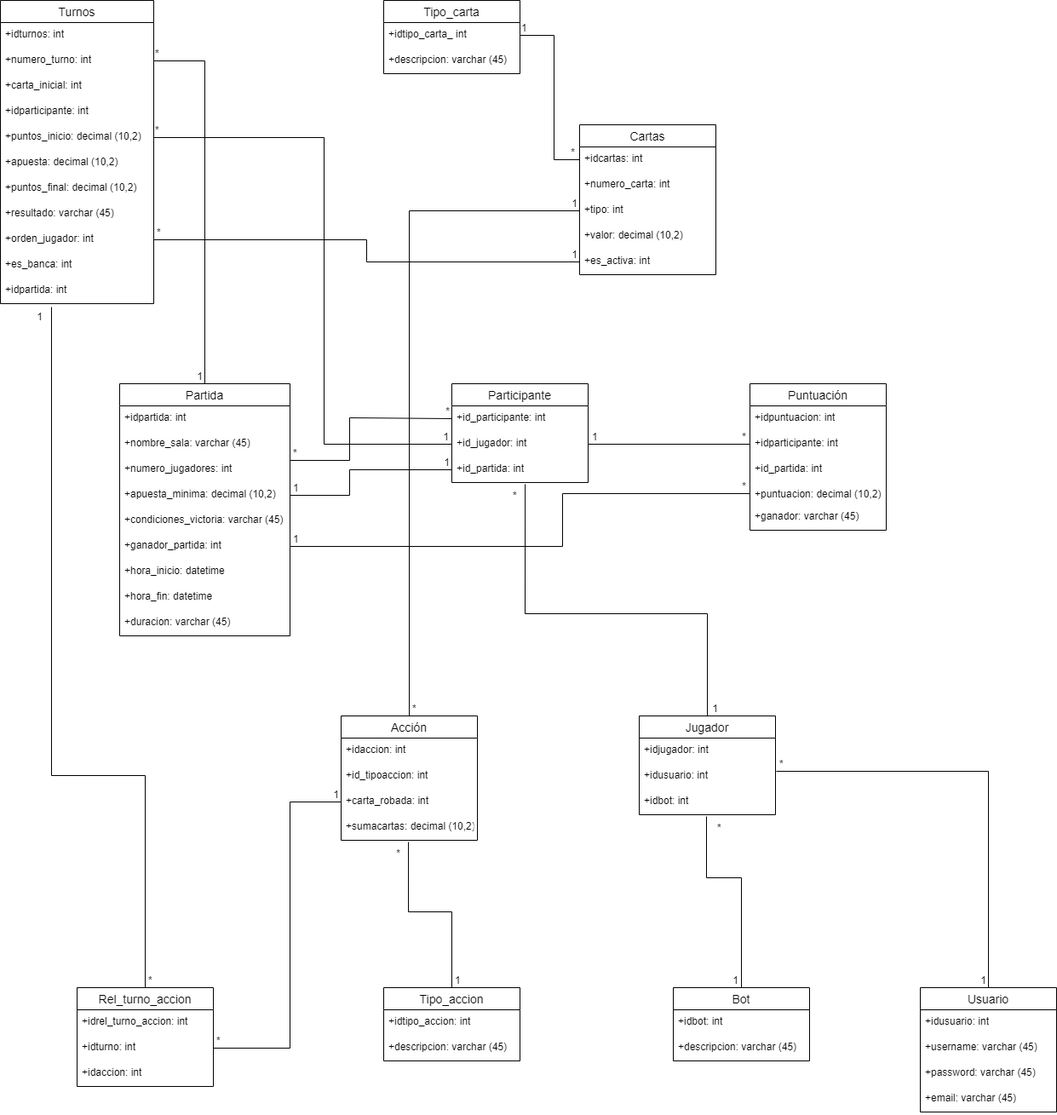
PauRuiz19/Proyecto keeps this draw.io diagram as Diagrama de clases.png. Above is the earlier version. Source tidied: cells renumbered, new cells last; positions are measured from the earlier drawing's top-left corner, leaving out a move shared by most shapes.
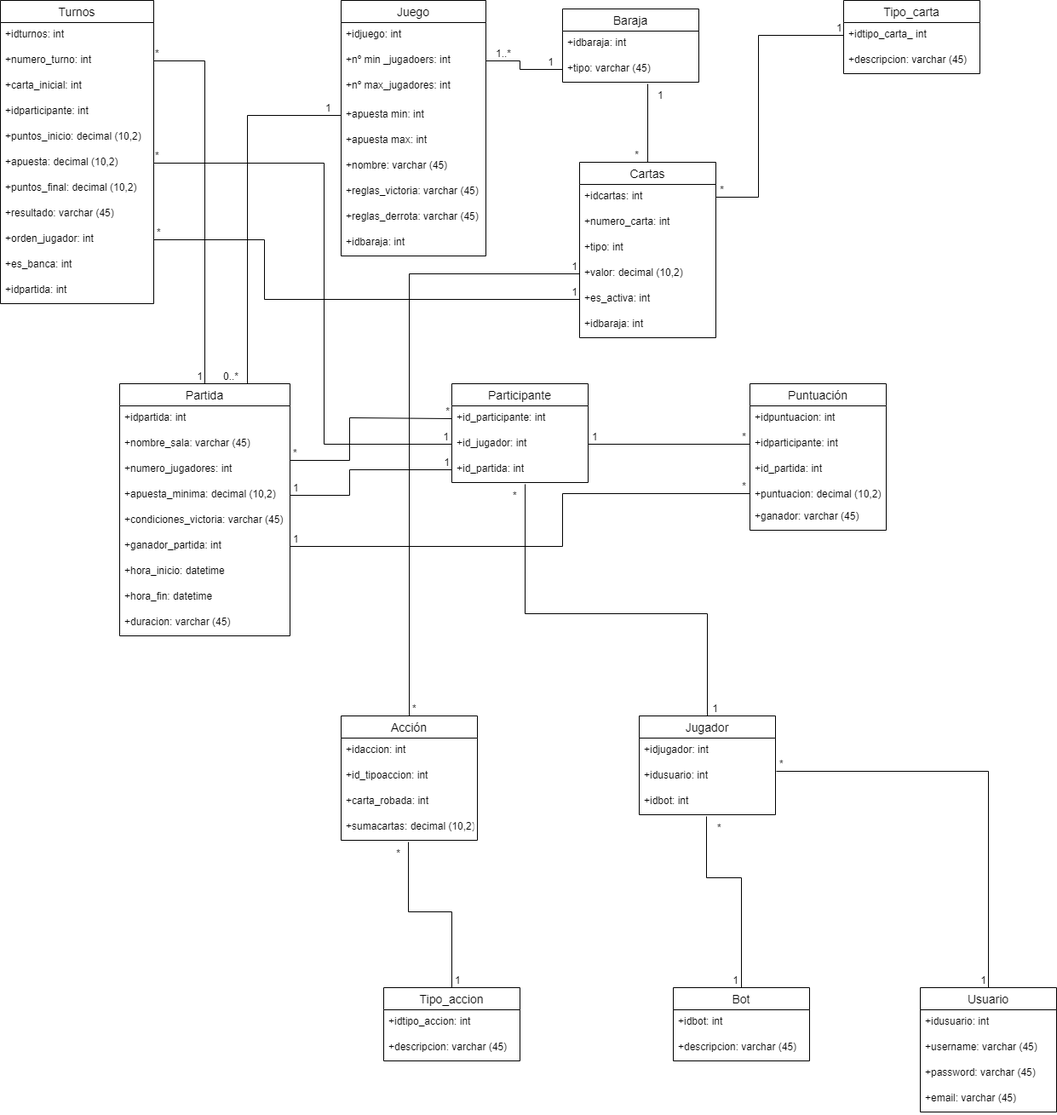
The same file after the commit.

Change to the diagram source:
```diff
@@ -39,7 +39,7 @@
       <mxGeometry y="326" width="180" height="30" as="geometry" />
     </mxCell>
     <mxCell id="14" value="Tipo_carta" style="swimlane;fontStyle=0;horizontal=1;startSize=26;align=center;fontSize=14;" parent="1" vertex="1">
-      <mxGeometry x="450" width="160" height="86" as="geometry" />
+      <mxGeometry x="990" width="160" height="86" as="geometry" />
     </mxCell>
     <mxCell id="15" value="+idtipo_carta_ int" style="text;strokeColor=none;fillColor=none;spacingLeft=4;spacingRight=4;overflow=hidden;points=[[0,0.5],[1,0.5]];portConstraint=eastwest;fontSize=12;" parent="14" vertex="1">
       <mxGeometry y="26" width="160" height="30" as="geometry" />
@@ -48,7 +48,7 @@
       <mxGeometry y="56" width="160" height="30" as="geometry" />
     </mxCell>
     <mxCell id="17" value="Cartas" style="swimlane;fontStyle=0;horizontal=1;startSize=26;align=center;fontSize=14;" parent="1" vertex="1">
-      <mxGeometry x="680" y="146" width="160" height="176" as="geometry" />
+      <mxGeometry x="680" y="190" width="160" height="206" as="geometry" />
     </mxCell>
     <mxCell id="18" value="+idcartas: int" style="text;strokeColor=none;fillColor=none;spacingLeft=4;spacingRight=4;overflow=hidden;points=[[0,0.5],[1,0.5]];portConstraint=eastwest;fontSize=12;" parent="17" vertex="1">
       <mxGeometry y="26" width="160" height="30" as="geometry" />
@@ -65,6 +65,9 @@
     <mxCell id="22" value="+es_activa: int" style="text;strokeColor=none;fillColor=none;spacingLeft=4;spacingRight=4;overflow=hidden;points=[[0,0.5],[1,0.5]];portConstraint=eastwest;fontSize=12;" parent="17" vertex="1">
       <mxGeometry y="146" width="160" height="30" as="geometry" />
     </mxCell>
+    <mxCell id="112" value="+idbaraja: int" style="text;strokeColor=none;fillColor=none;spacingLeft=4;spacingRight=4;overflow=hidden;fontSize=12;" parent="17" vertex="1">
+      <mxGeometry y="176" width="160" height="30" as="geometry" />
+    </mxCell>
     <mxCell id="23" value="Partida" style="swimlane;fontStyle=0;horizontal=1;startSize=26;align=center;fontSize=14;" parent="1" vertex="1">
       <mxGeometry x="140" y="450" width="200" height="296" as="geometry" />
     </mxCell>
@@ -152,18 +155,6 @@
     <mxCell id="51" value="+idbot: int" style="text;strokeColor=none;fillColor=none;spacingLeft=4;spacingRight=4;overflow=hidden;fontSize=12;" parent="48" vertex="1">
       <mxGeometry y="86" width="160" height="30" as="geometry" />
     </mxCell>
-    <mxCell id="52" value="Rel_turno_accion" style="swimlane;fontStyle=0;horizontal=1;startSize=26;align=center;fontSize=14;" parent="1" vertex="1">
-      <mxGeometry x="90" y="1159" width="160" height="116" as="geometry" />
-    </mxCell>
-    <mxCell id="53" value="+idrel_turno_accion: int" style="text;strokeColor=none;fillColor=none;spacingLeft=4;spacingRight=4;overflow=hidden;fontSize=12;" parent="52" vertex="1">
-      <mxGeometry y="26" width="160" height="30" as="geometry" />
-    </mxCell>
-    <mxCell id="54" value="+idturno: int" style="text;strokeColor=none;fillColor=none;spacingLeft=4;spacingRight=4;overflow=hidden;points=[[0,0.5],[1,0.5]];portConstraint=eastwest;fontSize=12;" parent="52" vertex="1">
-      <mxGeometry y="56" width="160" height="30" as="geometry" />
-    </mxCell>
-    <mxCell id="55" value="+idaccion: int" style="text;strokeColor=none;fillColor=none;spacingLeft=4;spacingRight=4;overflow=hidden;fontSize=12;" parent="52" vertex="1">
-      <mxGeometry y="86" width="160" height="30" as="geometry" />
-    </mxCell>
     <mxCell id="56" value="Tipo_accion" style="swimlane;fontStyle=0;horizontal=1;startSize=26;align=center;fontSize=14;" parent="1" vertex="1">
       <mxGeometry x="450" y="1159" width="160" height="86" as="geometry" />
     </mxCell>
@@ -197,27 +188,30 @@
     <mxCell id="66" value="+descripcion: varchar (45)" style="text;strokeColor=none;fillColor=none;spacingLeft=4;spacingRight=4;overflow=hidden;fontSize=12;" parent="64" vertex="1">
       <mxGeometry y="56" width="160" height="30" as="geometry" />
     </mxCell>
-    <mxCell id="67" style="endArrow=none;html=1;rounded=0;exitX=1;exitY=0.5;exitDx=0;exitDy=0;entryX=0;entryY=0.5;entryDx=0;entryDy=0;" parent="1" edge="1" source="15" target="18">
+    <mxCell id="67" style="endArrow=none;html=1;rounded=0;entryX=1;entryY=0.5;entryDx=0;entryDy=0;" parent="1" edge="1" target="18">
       <mxGeometry relative="1" as="geometry">
+        <mxPoint x="990" y="41" as="sourcePoint" />
         <Array as="points">
-          <mxPoint x="650" y="41" />
-          <mxPoint x="650" y="187" />
+          <mxPoint x="890" y="41" />
+          <mxPoint x="890" y="231" />
         </Array>
       </mxGeometry>
     </mxCell>
     <mxCell id="68" value="1" style="html=1;align=left;verticalAlign=bottom;" parent="67" vertex="1">
-      <mxGeometry x="-1" relative="1" as="geometry" />
+      <mxGeometry x="-1" relative="1" as="geometry">
+        <mxPoint x="-10" as="offset" />
+      </mxGeometry>
     </mxCell>
     <mxCell id="69" value="*" style="html=1;align=right;verticalAlign=bottom;" parent="67" vertex="1">
       <mxGeometry x="1" relative="1" as="geometry">
-        <mxPoint x="-5" as="offset" />
+        <mxPoint x="10" as="offset" />
       </mxGeometry>
     </mxCell>
     <mxCell id="70" style="endArrow=none;html=1;rounded=0;exitX=1;exitY=0.5;exitDx=0;exitDy=0;entryX=0;entryY=0.5;entryDx=0;entryDy=0;" parent="1" edge="1" source="11" target="22">
       <mxGeometry relative="1" as="geometry">
         <Array as="points">
-          <mxPoint x="430" y="281" />
-          <mxPoint x="430" y="307" />
+          <mxPoint x="310" y="281" />
+          <mxPoint x="310" y="351" />
         </Array>
       </mxGeometry>
     </mxCell>
@@ -231,10 +225,10 @@
         <mxPoint x="-2" as="offset" />
       </mxGeometry>
     </mxCell>
-    <mxCell id="73" style="endArrow=none;html=1;rounded=0;entryX=0;entryY=0.5;entryDx=0;entryDy=0;exitX=0.5;exitY=0;exitDx=0;exitDy=0;" parent="1" edge="1" source="43" target="20">
+    <mxCell id="73" style="endArrow=none;html=1;rounded=0;exitX=0.5;exitY=0;exitDx=0;exitDy=0;entryX=0;entryY=0.5;entryDx=0;entryDy=0;" parent="1" edge="1" source="43" target="21">
       <mxGeometry relative="1" as="geometry">
         <Array as="points">
-          <mxPoint x="480" y="247" />
+          <mxPoint x="480" y="321" />
         </Array>
       </mxGeometry>
     </mxCell>
@@ -351,43 +345,6 @@
         <mxPoint x="-9" y="22.4" as="offset" />
       </mxGeometry>
     </mxCell>
-    <mxCell id="94" style="endArrow=none;html=1;rounded=0;exitX=1;exitY=0.5;exitDx=0;exitDy=0;entryX=0;entryY=0.5;entryDx=0;entryDy=0;" parent="1" edge="1" source="54" target="46">
-      <mxGeometry relative="1" as="geometry">
-        <Array as="points">
-          <mxPoint x="340" y="1230" />
-          <mxPoint x="340" y="941" />
-        </Array>
-      </mxGeometry>
-    </mxCell>
-    <mxCell id="95" value="*" style="html=1;align=left;verticalAlign=bottom;" parent="94" vertex="1">
-      <mxGeometry x="-1" relative="1" as="geometry">
-        <mxPoint x="2" as="offset" />
-      </mxGeometry>
-    </mxCell>
-    <mxCell id="96" value="1" style="html=1;align=right;verticalAlign=bottom;" parent="94" vertex="1">
-      <mxGeometry x="1" relative="1" as="geometry">
-        <mxPoint x="-2" as="offset" />
-      </mxGeometry>
-    </mxCell>
-    <mxCell id="97" style="endArrow=none;html=1;rounded=0;exitX=0.5;exitY=0;exitDx=0;exitDy=0;" parent="1" edge="1" source="52">
-      <mxGeometry relative="1" as="geometry">
-        <mxPoint x="60" y="360" as="targetPoint" />
-        <Array as="points">
-          <mxPoint x="170" y="910" />
-          <mxPoint x="60" y="910" />
-        </Array>
-      </mxGeometry>
-    </mxCell>
-    <mxCell id="98" value="*" style="html=1;align=left;verticalAlign=bottom;" parent="97" vertex="1">
-      <mxGeometry x="-1" relative="1" as="geometry">
-        <mxPoint x="2" as="offset" />
-      </mxGeometry>
-    </mxCell>
-    <mxCell id="99" value="1" style="html=1;align=right;verticalAlign=bottom;" parent="97" vertex="1">
-      <mxGeometry x="1" relative="1" as="geometry">
-        <mxPoint x="-10" y="20.4" as="offset" />
-      </mxGeometry>
-    </mxCell>
     <mxCell id="100" style="endArrow=none;html=1;rounded=0;exitX=1;exitY=0.5;exitDx=0;exitDy=0;entryX=0.5;entryY=0;entryDx=0;entryDy=0;" parent="1" edge="1" source="4" target="23">
       <mxGeometry relative="1" as="geometry">
         <Array as="points">
@@ -403,10 +360,10 @@
         <mxPoint x="-2" as="offset" />
       </mxGeometry>
     </mxCell>
-    <mxCell id="103" style="endArrow=none;html=1;rounded=0;exitX=1;exitY=0.5;exitDx=0;exitDy=0;entryX=0;entryY=0.5;entryDx=0;entryDy=0;" parent="1" edge="1" source="7" target="35">
+    <mxCell id="103" style="endArrow=none;html=1;rounded=0;exitX=1;exitY=0.5;exitDx=0;exitDy=0;entryX=0;entryY=0.5;entryDx=0;entryDy=0;" parent="1" edge="1" source="8" target="35">
       <mxGeometry relative="1" as="geometry">
         <Array as="points">
-          <mxPoint x="380" y="161" />
+          <mxPoint x="380" y="191" />
           <mxPoint x="380" y="521" />
         </Array>
       </mxGeometry>
@@ -456,5 +413,94 @@
         <mxPoint x="-2" as="offset" />
       </mxGeometry>
     </mxCell>
+    <mxCell id="113" value="Juego" style="swimlane;fontStyle=0;horizontal=1;startSize=26;align=center;fontSize=14;" parent="1" vertex="1">
+      <mxGeometry x="400" width="170" height="300" as="geometry" />
+    </mxCell>
+    <mxCell id="114" value="+idjuego: int" style="text;strokeColor=none;fillColor=none;spacingLeft=4;spacingRight=4;overflow=hidden;fontSize=12;" parent="113" vertex="1">
+      <mxGeometry y="26" width="170" height="30" as="geometry" />
+    </mxCell>
+    <mxCell id="115" value="+nº min _jugadoers: int" style="text;strokeColor=none;fillColor=none;spacingLeft=4;spacingRight=4;overflow=hidden;points=[[0,0.5],[1,0.5]];portConstraint=eastwest;fontSize=12;" parent="113" vertex="1">
+      <mxGeometry y="56" width="170" height="30" as="geometry" />
+    </mxCell>
+    <mxCell id="116" value="+nº max_jugadores: int" style="text;strokeColor=none;fillColor=none;spacingLeft=4;spacingRight=4;overflow=hidden;fontSize=12;" parent="113" vertex="1">
+      <mxGeometry y="86" width="170" height="34" as="geometry" />
+    </mxCell>
+    <mxCell id="117" value="+apuesta min: int" style="text;strokeColor=none;fillColor=none;spacingLeft=4;spacingRight=4;overflow=hidden;points=[[0,0.5],[1,0.5]];portConstraint=eastwest;fontSize=12;" parent="113" vertex="1">
+      <mxGeometry y="120" width="170" height="30" as="geometry" />
+    </mxCell>
+    <mxCell id="118" value="+apuesta max: int" style="text;strokeColor=none;fillColor=none;spacingLeft=4;spacingRight=4;overflow=hidden;fontSize=12;" parent="113" vertex="1">
+      <mxGeometry y="150" width="170" height="30" as="geometry" />
+    </mxCell>
+    <mxCell id="119" value="+nombre: varchar (45)" style="text;strokeColor=none;fillColor=none;spacingLeft=4;spacingRight=4;overflow=hidden;fontSize=12;" parent="113" vertex="1">
+      <mxGeometry y="180" width="170" height="30" as="geometry" />
+    </mxCell>
+    <mxCell id="120" value="+reglas_victoria: varchar (45)" style="text;strokeColor=none;fillColor=none;spacingLeft=4;spacingRight=4;overflow=hidden;fontSize=12;" parent="113" vertex="1">
+      <mxGeometry y="210" width="170" height="30" as="geometry" />
+    </mxCell>
+    <mxCell id="121" value="+reglas_derrota: varchar (45)" style="text;strokeColor=none;fillColor=none;spacingLeft=4;spacingRight=4;overflow=hidden;fontSize=12;" parent="113" vertex="1">
+      <mxGeometry y="240" width="170" height="30" as="geometry" />
+    </mxCell>
+    <mxCell id="122" value="+idbaraja: int" style="text;strokeColor=none;fillColor=none;spacingLeft=4;spacingRight=4;overflow=hidden;fontSize=12;" parent="113" vertex="1">
+      <mxGeometry y="270" width="170" height="30" as="geometry" />
+    </mxCell>
+    <mxCell id="123" value="Baraja" style="swimlane;fontStyle=0;horizontal=1;startSize=26;align=center;fontSize=14;" parent="1" vertex="1">
+      <mxGeometry x="660" y="10" width="160" height="86" as="geometry" />
+    </mxCell>
+    <mxCell id="124" value="+idbaraja: int" style="text;strokeColor=none;fillColor=none;spacingLeft=4;spacingRight=4;overflow=hidden;fontSize=12;" parent="123" vertex="1">
+      <mxGeometry y="26" width="160" height="30" as="geometry" />
+    </mxCell>
+    <mxCell id="125" value="+tipo: varchar (45)" style="text;strokeColor=none;fillColor=none;spacingLeft=4;spacingRight=4;overflow=hidden;points=[[0,0.5],[1,0.5]];portConstraint=eastwest;fontSize=12;" parent="123" vertex="1">
+      <mxGeometry y="56" width="160" height="30" as="geometry" />
+    </mxCell>
+    <mxCell id="126" style="endArrow=none;html=1;rounded=0;exitX=0;exitY=0.5;exitDx=0;exitDy=0;entryX=0.75;entryY=0;entryDx=0;entryDy=0;" parent="1" edge="1" source="117" target="23">
+      <mxGeometry relative="1" as="geometry">
+        <Array as="points">
+          <mxPoint x="290" y="135" />
+        </Array>
+      </mxGeometry>
+    </mxCell>
+    <mxCell id="127" value="1" style="html=1;align=left;verticalAlign=bottom;" parent="126" vertex="1">
+      <mxGeometry x="-1" relative="1" as="geometry">
+        <mxPoint x="-20" as="offset" />
+      </mxGeometry>
+    </mxCell>
+    <mxCell id="128" value="0..*" style="html=1;align=right;verticalAlign=bottom;" parent="126" vertex="1">
+      <mxGeometry x="1" relative="1" as="geometry">
+        <mxPoint x="-10" as="offset" />
+      </mxGeometry>
+    </mxCell>
+    <mxCell id="129" style="endArrow=none;html=1;rounded=0;exitX=1;exitY=0.5;exitDx=0;exitDy=0;entryX=0;entryY=0.5;entryDx=0;entryDy=0;" parent="1" edge="1" source="115" target="125">
+      <mxGeometry relative="1" as="geometry">
+        <Array as="points">
+          <mxPoint x="610" y="71" />
+          <mxPoint x="610" y="81" />
+        </Array>
+      </mxGeometry>
+    </mxCell>
+    <mxCell id="130" value="1..*" style="html=1;align=left;verticalAlign=bottom;" parent="129" vertex="1">
+      <mxGeometry x="-1" relative="1" as="geometry">
+        <mxPoint x="10" as="offset" />
+      </mxGeometry>
+    </mxCell>
+    <mxCell id="131" value="1" style="html=1;align=right;verticalAlign=bottom;" parent="129" vertex="1">
+      <mxGeometry x="1" relative="1" as="geometry">
+        <mxPoint x="-10" as="offset" />
+      </mxGeometry>
+    </mxCell>
+    <mxCell id="132" style="endArrow=none;html=1;rounded=0;entryX=0.5;entryY=0;entryDx=0;entryDy=0;" parent="1" edge="1" target="17">
+      <mxGeometry relative="1" as="geometry">
+        <mxPoint x="760" y="98" as="sourcePoint" />
+      </mxGeometry>
+    </mxCell>
+    <mxCell id="133" value="1" style="html=1;align=left;verticalAlign=bottom;" parent="132" vertex="1">
+      <mxGeometry x="-1" relative="1" as="geometry">
+        <mxPoint x="10" y="22" as="offset" />
+      </mxGeometry>
+    </mxCell>
+    <mxCell id="134" value="*" style="html=1;align=right;verticalAlign=bottom;" parent="132" vertex="1">
+      <mxGeometry x="1" relative="1" as="geometry">
+        <mxPoint x="-10" as="offset" />
+      </mxGeometry>
+    </mxCell>
   </root>
 </mxGraphModel>
```
